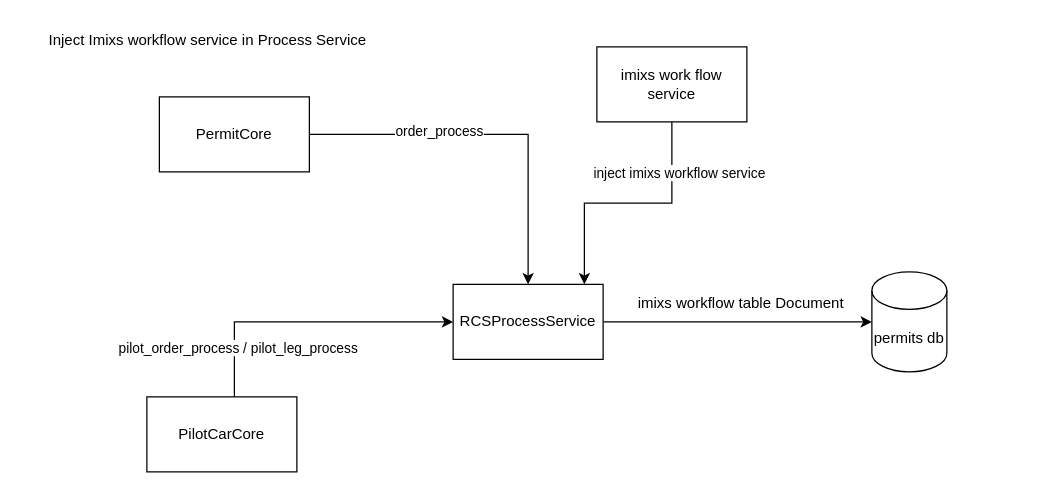
Above: externalize imixs services as REST Service.drawio in Jegadeeshkannan/Diagrams (draw.io), before the change. Source tidied: cells renumbered, new cells numbered last; positions are measured from the earlier drawing's top-left corner, leaving out a move shared by most shapes. Both pictures are drawn from the tidied source at 125%, with x=0, y=0 at pixel (34, 21).
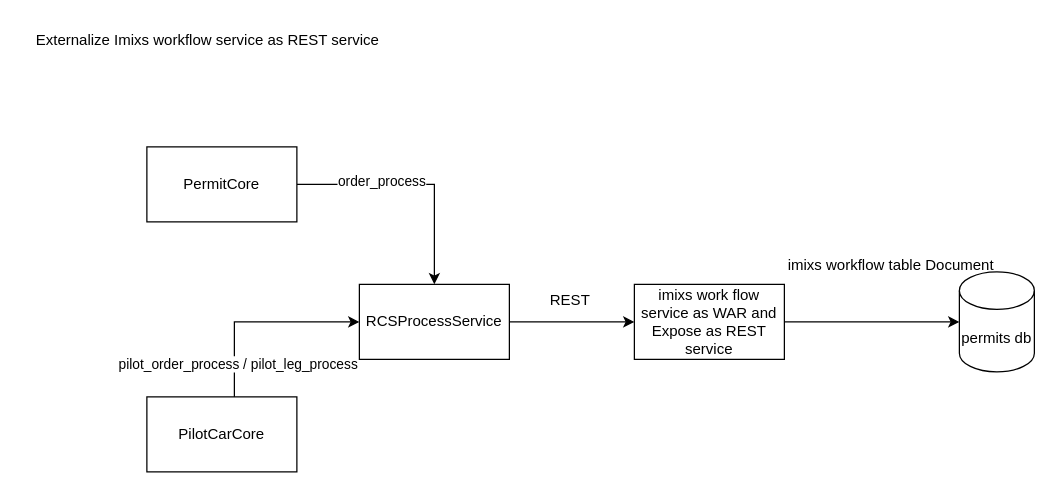
The same diagram, later.

Change to the diagram source:
```diff
@@
 <mxGraphModel>
   <root>
     <mxCell id="0" />
     <mxCell id="1" parent="0" />
-    <mxCell id="2" style="edgeStyle=orthogonalEdgeStyle;rounded=0;jettySize=auto;html=1;entryX=0;entryY=0.5;entryDx=0;entryDy=0;entryPerimeter=0;" parent="1" edge="1" source="3" target="13">
+    <mxCell id="2" style="edgeStyle=orthogonalEdgeStyle;rounded=0;jettySize=auto;html=1;entryX=0;entryY=0.5;entryDx=0;entryDy=0;entryPerimeter=0;exitX=1;exitY=0.5;exitDx=0;exitDy=0;" parent="1" edge="1" source="12" target="13">
       <mxGeometry relative="1" as="geometry" />
     </mxCell>
+    <mxCell id="16" style="edgeStyle=orthogonalEdgeStyle;rounded=0;jettySize=auto;html=1;" parent="1" edge="1" source="3" target="12">
+      <mxGeometry relative="1" as="geometry" />
+    </mxCell>
     <mxCell id="3" value="RCSProcessService" style="rounded=0;whiteSpace=wrap;html=1;" parent="1" vertex="1">
-      <mxGeometry x="335" y="210" width="120" height="60" as="geometry" />
+      <mxGeometry x="260" y="210" width="120" height="60" as="geometry" />
     </mxCell>
     <mxCell id="4" style="edgeStyle=orthogonalEdgeStyle;rounded=0;jettySize=auto;html=1;" parent="1" edge="1" source="6" target="3">
-      <mxGeometry relative="1" as="geometry" />
+      <mxGeometry relative="1" as="geometry">
+        <Array as="points">
+          <mxPoint x="320" y="130" />
+        </Array>
+      </mxGeometry>
     </mxCell>
     <mxCell id="5" value="order_process" style="edgeLabel;html=1;align=center;verticalAlign=middle;" parent="4" vertex="1">
       <mxGeometry x="-0.3" y="3" relative="1" as="geometry" />
     </mxCell>
     <mxCell id="6" value="PermitCore" style="rounded=0;whiteSpace=wrap;html=1;" parent="1" vertex="1">
-      <mxGeometry x="100" y="60" width="120" height="60" as="geometry" />
+      <mxGeometry x="90" y="100" width="120" height="60" as="geometry" />
     </mxCell>
     <mxCell id="7" style="edgeStyle=orthogonalEdgeStyle;rounded=0;jettySize=auto;html=1;entryX=0;entryY=0.5;entryDx=0;entryDy=0;" parent="1" edge="1" source="9" target="3">
       <mxGeometry relative="1" as="geometry">
         <Array as="points">
           <mxPoint x="160" y="240" />
         </Array>
       </mxGeometry>
     </mxCell>
     <mxCell id="8" value="pilot_order_process / pilot_leg_process" style="edgeLabel;html=1;align=center;verticalAlign=middle;" parent="7" vertex="1">
       <mxGeometry x="-0.66" y="-2" relative="1" as="geometry" />
     </mxCell>
     <mxCell id="9" value="PilotCarCore" style="rounded=0;whiteSpace=wrap;html=1;" parent="1" vertex="1">
       <mxGeometry x="90" y="300" width="120" height="60" as="geometry" />
     </mxCell>
-    <mxCell id="10" style="edgeStyle=orthogonalEdgeStyle;rounded=0;jettySize=auto;html=1;" parent="1" edge="1" source="12">
-      <mxGeometry relative="1" as="geometry">
-        <mxPoint x="440" y="210" as="targetPoint" />
-        <Array as="points">
-          <mxPoint x="510" y="145" />
-          <mxPoint x="440" y="145" />
-        </Array>
-      </mxGeometry>
-    </mxCell>
-    <mxCell id="11" value="inject imixs workflow service" style="edgeLabel;html=1;align=center;verticalAlign=middle;" parent="10" vertex="1">
-      <mxGeometry x="0.28" relative="1" as="geometry">
-        <mxPoint x="68" y="-25" as="offset" />
-      </mxGeometry>
-    </mxCell>
-    <mxCell id="12" value="imixs work flow service" style="rounded=0;whiteSpace=wrap;html=1;" parent="1" vertex="1">
-      <mxGeometry x="450" y="20" width="120" height="60" as="geometry" />
+    <mxCell id="12" value="imixs work flow service as WAR and Expose as REST service" style="rounded=0;whiteSpace=wrap;html=1;" parent="1" vertex="1">
+      <mxGeometry x="480" y="210" width="120" height="60" as="geometry" />
     </mxCell>
     <mxCell id="13" value="permits db" style="shape=cylinder3;whiteSpace=wrap;html=1;boundedLbl=1;backgroundOutline=1;size=15;" parent="1" vertex="1">
-      <mxGeometry x="670" y="200" width="60" height="80" as="geometry" />
+      <mxGeometry x="740" y="200" width="60" height="80" as="geometry" />
     </mxCell>
     <mxCell id="14" value="imixs workflow table Document" style="text;html=1;align=center;verticalAlign=middle;strokeColor=none;fillColor=none;" parent="1" vertex="1">
-      <mxGeometry x="470" y="210" width="190" height="30" as="geometry" />
+      <mxGeometry x="590" y="180" width="190" height="30" as="geometry" />
     </mxCell>
-    <mxCell id="15" value="Inject Imixs workflow service in Process Service&amp;nbsp;" style="text;html=1;align=center;verticalAlign=middle;strokeColor=none;fillColor=none;" parent="1" vertex="1">
-      <mxGeometry width="280" height="30" as="geometry" />
+    <mxCell id="15" value="Externalize Imixs workflow service as REST service&amp;nbsp;" style="text;html=1;align=center;verticalAlign=middle;strokeColor=none;fillColor=none;" parent="1" vertex="1">
+      <mxGeometry x="-10" width="300" height="30" as="geometry" />
     </mxCell>
+    <mxCell id="17" value="REST&amp;nbsp;" style="text;html=1;align=center;verticalAlign=middle;strokeColor=none;fillColor=none;" parent="1" vertex="1">
+      <mxGeometry x="400" y="208" width="60" height="30" as="geometry" />
+    </mxCell>
   </root>
 </mxGraphModel>
```
